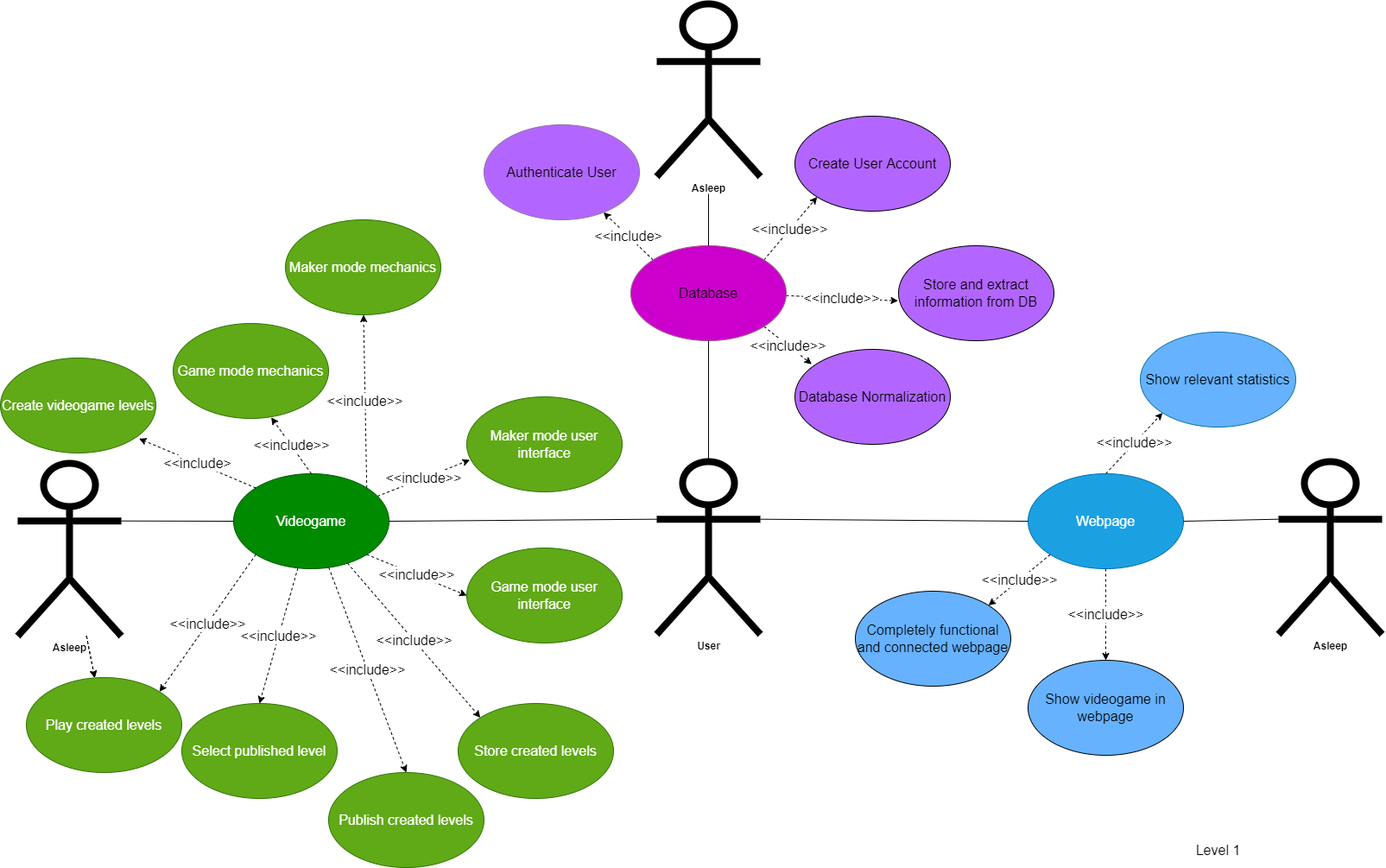
Above: diagramas/CasosUso.drawio.png in sebasgonvitec/TC2005B_Equipo3 (draw.io), before the change. Source tidied: cells renumbered, new cells last; positions are measured from the earlier drawing's top-left corner, leaving out a move shared by most shapes.
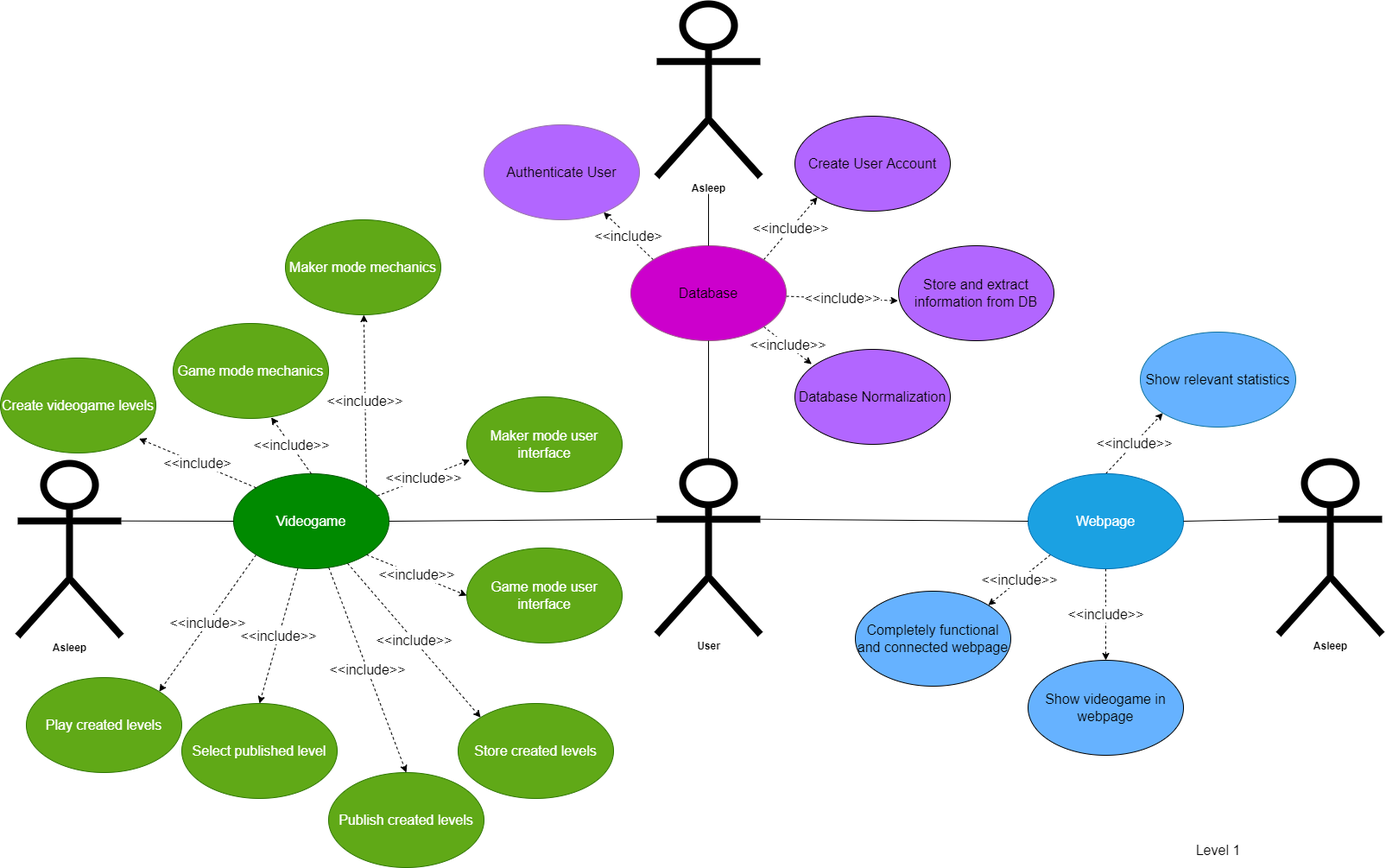
After the commit.

The edit, as a diff of the source:
```diff
@@ -5,12 +5,6 @@
     <mxCell id="2" value="&lt;b&gt;&lt;font color=&quot;#000000&quot;&gt;User&lt;/font&gt;&lt;/b&gt;" style="shape=umlActor;html=1;verticalLabelPosition=bottom;verticalAlign=top;align=center;strokeWidth=8;strokeColor=#000000;fillColor=#FFFFFF;" parent="1" vertex="1">
       <mxGeometry x="760" y="530" width="120" height="200" as="geometry" />
     </mxCell>
-    <mxCell id="3" style="edgeStyle=none;html=1;dashed=1;fontSize=16;fontColor=#000000;strokeColor=#000000;" parent="1" edge="1" source="5" target="40">
-      <mxGeometry relative="1" as="geometry" />
-    </mxCell>
-    <mxCell id="4" style="edgeStyle=none;html=1;dashed=1;fontSize=16;fontColor=#000000;strokeColor=#000000;" parent="1" edge="1" source="5" target="40">
-      <mxGeometry relative="1" as="geometry" />
-    </mxCell>
     <mxCell id="5" value="&lt;font color=&quot;#000000&quot;&gt;&lt;b&gt;Asleep&lt;/b&gt;&lt;/font&gt;" style="shape=umlActor;html=1;verticalLabelPosition=bottom;verticalAlign=top;align=center;strokeWidth=8;strokeColor=#000000;fillColor=#FFFFFF;" parent="1" vertex="1">
       <mxGeometry x="20" y="532" width="120" height="200" as="geometry" />
     </mxCell>
```
